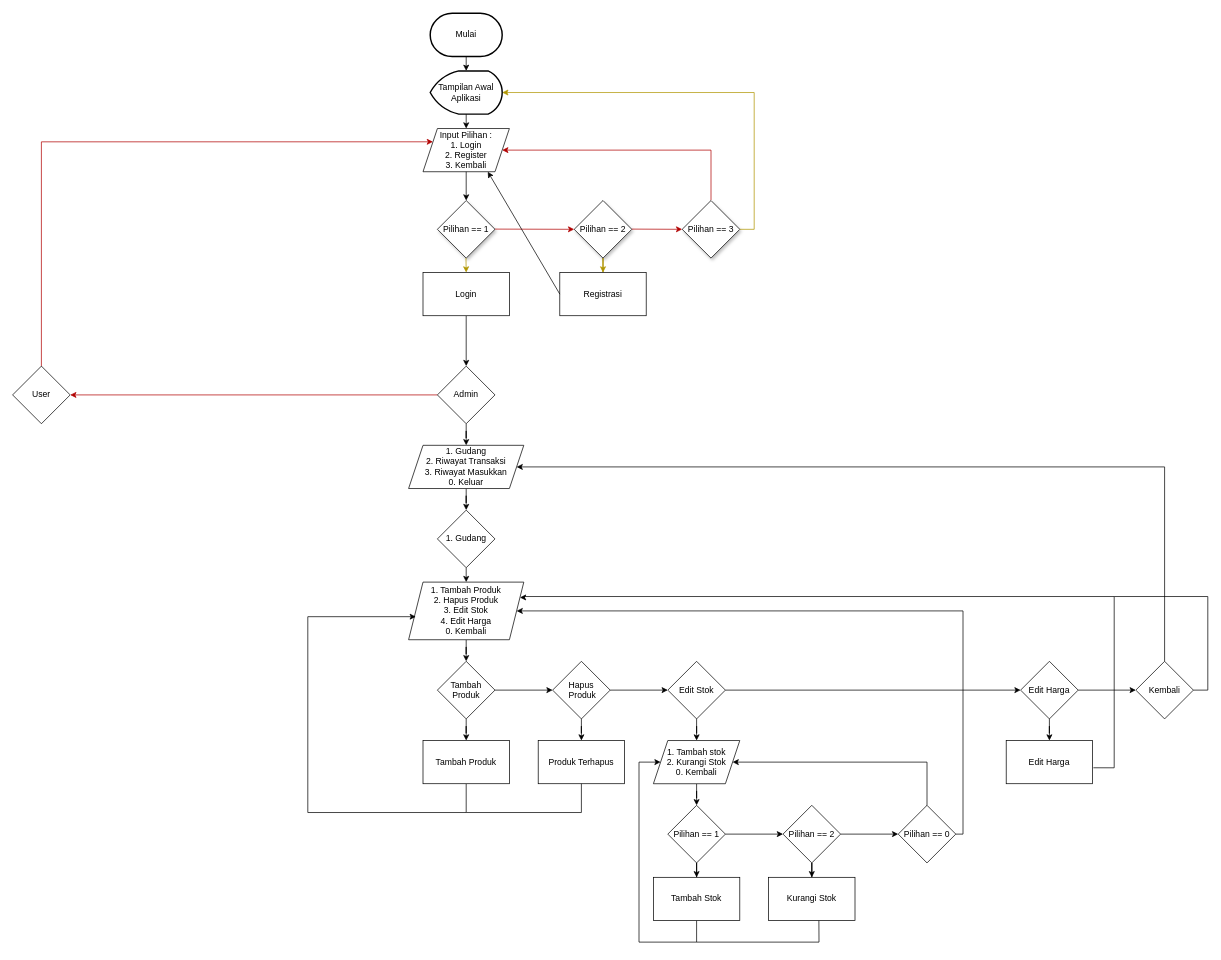
Earlier version of the draw.io diagram Flowchart.drawio (mnurkholish/FarmOn-project). Source tidied: cells renumbered, new cells numbered last; positions are measured from the earlier drawing's top-left corner, leaving out a move shared by most shapes. Both pictures are drawn from the tidied source at 72%, with x=0, y=0 at pixel (12, 13).
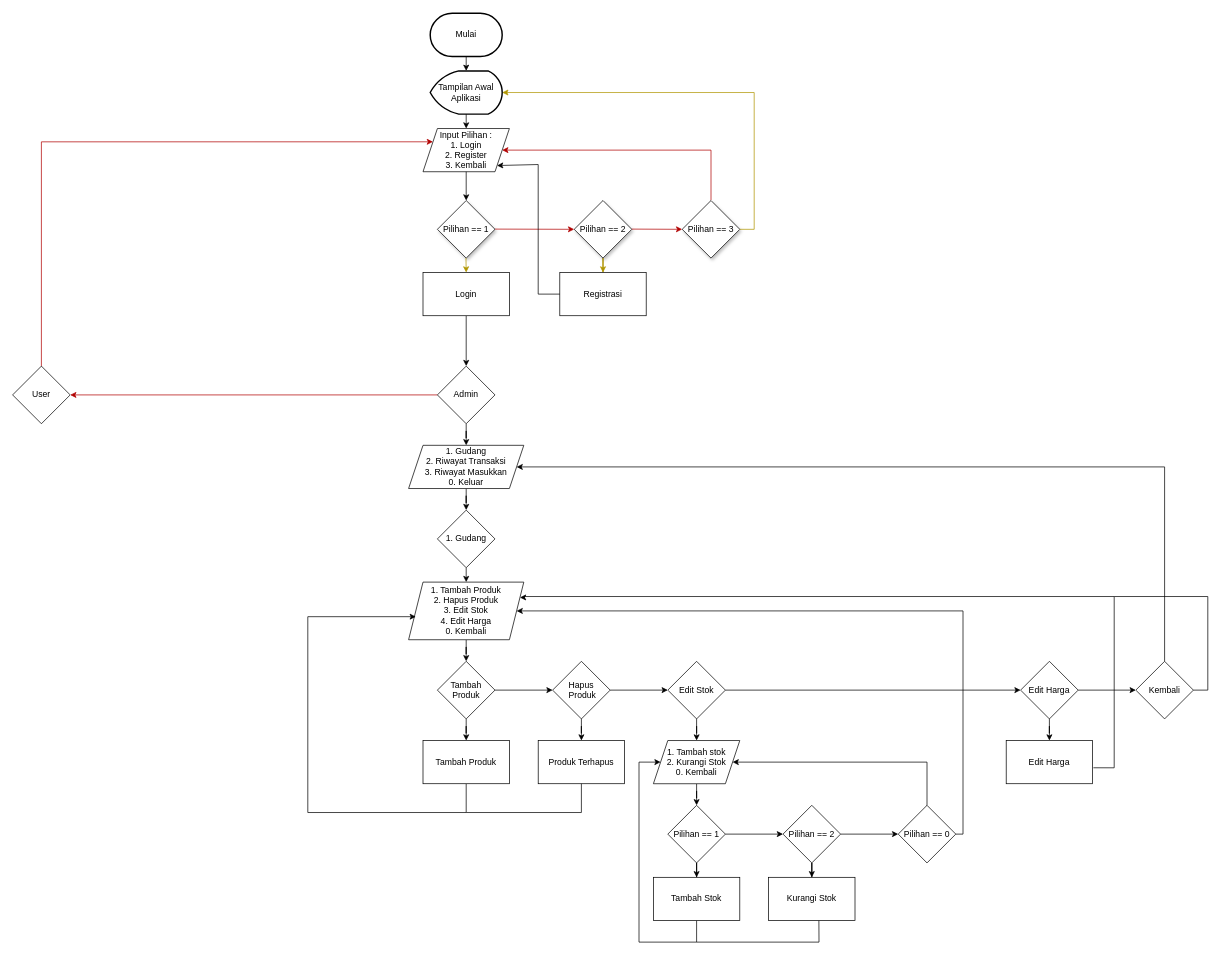
The same page after the edit.

Unchanged cells that the change refers to:
```xml
<mxCell id="4" value="Input Pilihan :&lt;div&gt;1. Login&lt;/div&gt;&lt;div&gt;2. Register&lt;/div&gt;&lt;div&gt;3. Kembali&lt;/div&gt;" style="shape=parallelogram;perimeter=parallelogramPerimeter;whiteSpace=wrap;html=1;fixedSize=1;" parent="1" vertex="1">
  <mxGeometry x="570" y="160" width="120" height="60" as="geometry" />
</mxCell>
<mxCell id="13" value="Registrasi" style="rounded=0;whiteSpace=wrap;html=1;" parent="1" vertex="1">
  <mxGeometry x="760" y="360" width="120" height="60" as="geometry" />
</mxCell>
```

Change to the diagram source:
```diff
@@
-    <mxCell id="20" style="endArrow=classic;html=1;rounded=0;exitX=0;exitY=0.5;exitDx=0;exitDy=0;entryX=0.75;entryY=1;entryDx=0;entryDy=0;" parent="1" edge="1" source="13" target="4">
-      <mxGeometry relative="1" as="geometry" />
+    <mxCell id="20" style="endArrow=classic;html=1;rounded=0;exitX=0;exitY=0.5;exitDx=0;exitDy=0;entryX=1;entryY=1;entryDx=0;entryDy=0;" parent="1" edge="1" source="13" target="4">
+      <mxGeometry relative="1" as="geometry">
+        <Array as="points">
+          <mxPoint x="730" y="390" />
+          <mxPoint x="730" y="210" />
+        </Array>
+      </mxGeometry>
     </mxCell>
```
